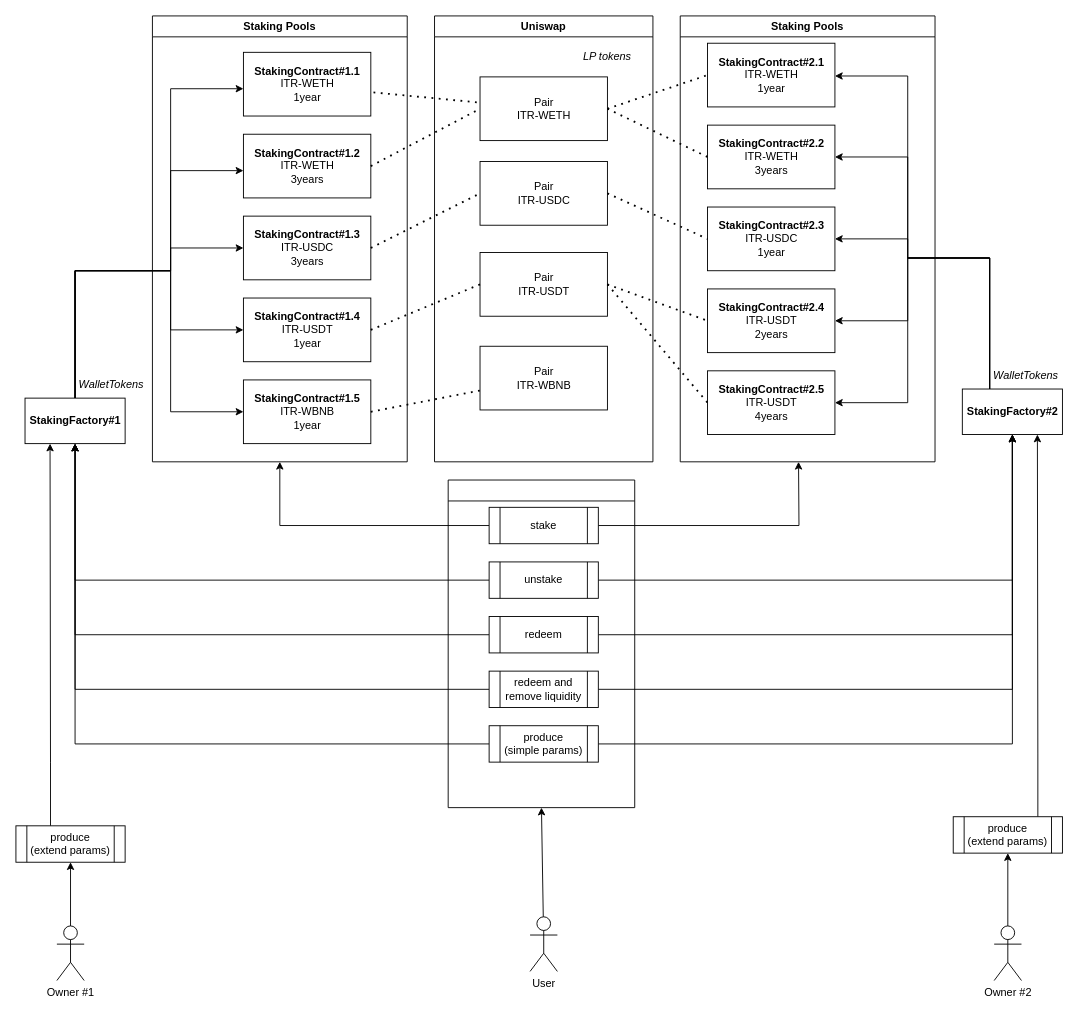
The draw.io diagram diagrams/diagram.hierarchy.drawio in Intercoin/CommunityCoinContract, before the edit. Source tidied: cells renumbered, new cells numbered last; positions are measured from the earlier drawing's top-left corner, leaving out a move shared by most shapes. Both pictures are drawn from the tidied source at 91%, with x=0, y=0 at pixel (15, 15).
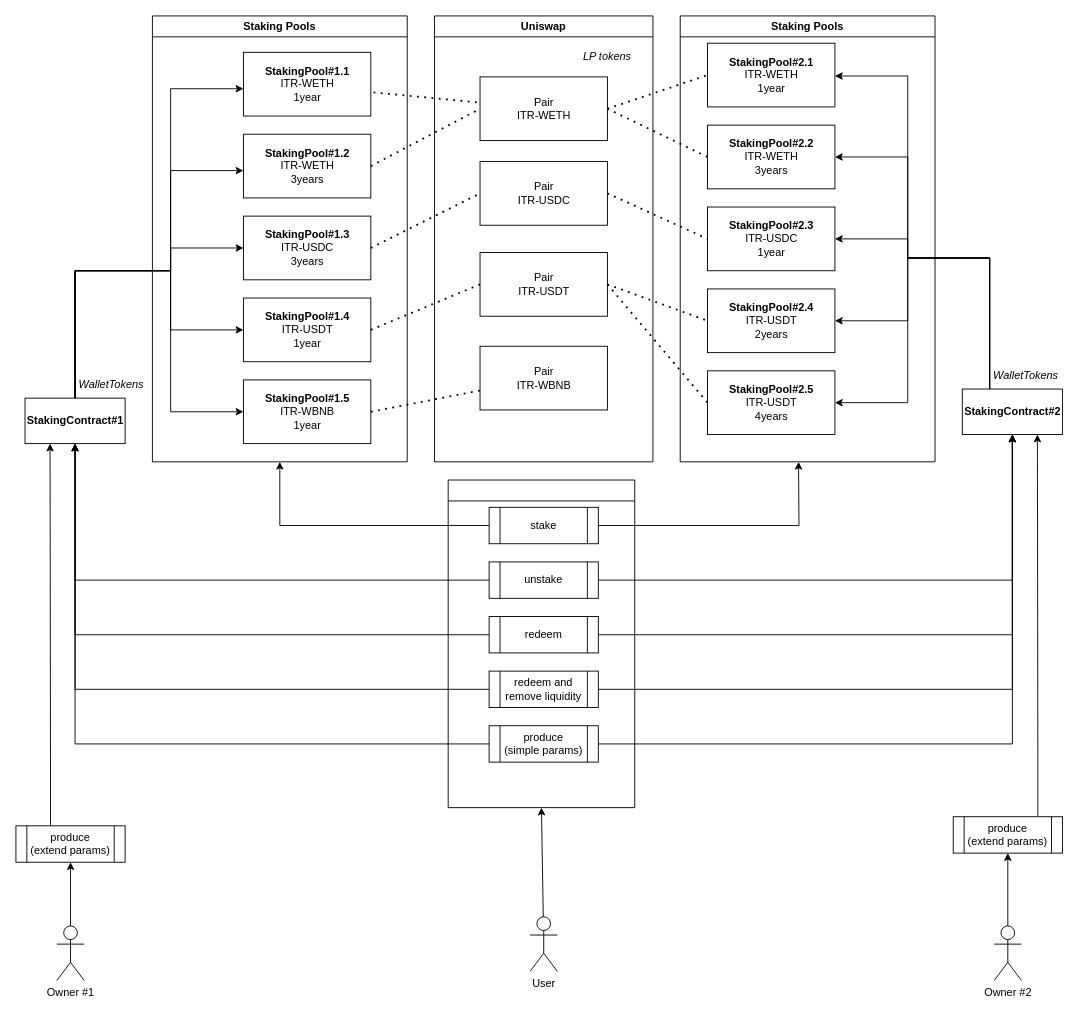
The same page after the edit.

Diff of the diagram source:
```diff
@@
-    <mxCell id="7" value="&lt;b&gt;StakingFactory#1&lt;/b&gt;" style="html=1;" parent="1" vertex="1">
+    <mxCell id="7" value="&lt;b&gt;StakingContract#1&lt;/b&gt;" style="html=1;" parent="1" vertex="1">
       <mxGeometry x="10" y="420" width="110" height="50" as="geometry" />
     </mxCell>
-    <mxCell id="8" value="&lt;b&gt;StakingContract#1.5&lt;/b&gt;&lt;br&gt;ITR-WBNB&lt;br&gt;1year" style="html=1;" parent="1" vertex="1">
+    <mxCell id="8" value="&lt;b&gt;StakingPool#1.5&lt;/b&gt;&lt;br&gt;ITR-WBNB&lt;br&gt;1year" style="html=1;" parent="1" vertex="1">
       <mxGeometry x="250" y="400" width="140" height="70" as="geometry" />
     </mxCell>
-    <mxCell id="9" value="&lt;b&gt;StakingContract#1.4&lt;/b&gt;&lt;br&gt;ITR-USDT&lt;br&gt;1year" style="html=1;" parent="1" vertex="1">
+    <mxCell id="9" value="&lt;b&gt;StakingPool#1.4&lt;/b&gt;&lt;br&gt;ITR-USDT&lt;br&gt;1year" style="html=1;" parent="1" vertex="1">
       <mxGeometry x="250" y="310" width="140" height="70" as="geometry" />
     </mxCell>
-    <mxCell id="10" value="&lt;b&gt;StakingContract#1.3&lt;/b&gt;&lt;br&gt;ITR-USDC&lt;br&gt;3years" style="html=1;" parent="1" vertex="1">
+    <mxCell id="10" value="&lt;b&gt;StakingPool#1.3&lt;/b&gt;&lt;br&gt;ITR-USDC&lt;br&gt;3years" style="html=1;" parent="1" vertex="1">
       <mxGeometry x="250" y="220" width="140" height="70" as="geometry" />
     </mxCell>
-    <mxCell id="11" value="&lt;b&gt;StakingContract#1.2&lt;/b&gt;&lt;br&gt;ITR-WETH&lt;br&gt;3years" style="html=1;" parent="1" vertex="1">
+    <mxCell id="11" value="&lt;b&gt;StakingPool#1.2&lt;/b&gt;&lt;br&gt;ITR-WETH&lt;br&gt;3years" style="html=1;" parent="1" vertex="1">
       <mxGeometry x="250" y="130" width="140" height="70" as="geometry" />
     </mxCell>
-    <mxCell id="12" value="&lt;b&gt;StakingContract#1.1&lt;/b&gt;&lt;br&gt;ITR-WETH&lt;br&gt;1year" style="html=1;" parent="1" vertex="1">
+    <mxCell id="12" value="&lt;b&gt;StakingPool#1.1&lt;/b&gt;&lt;br&gt;ITR-WETH&lt;br&gt;1year" style="html=1;" parent="1" vertex="1">
       <mxGeometry x="250" y="40" width="140" height="70" as="geometry" />
     </mxCell>
@@
-    <mxCell id="18" value="&lt;b&gt;StakingFactory#2&lt;/b&gt;" style="html=1;" parent="1" vertex="1">
+    <mxCell id="18" value="&lt;b&gt;StakingContract#2&lt;/b&gt;" style="html=1;" parent="1" vertex="1">
       <mxGeometry x="1040" y="410" width="110" height="50" as="geometry" />
     </mxCell>
-    <mxCell id="19" value="&lt;b&gt;StakingContract#2.5&lt;/b&gt;&lt;br&gt;ITR-USDT&lt;br&gt;4years" style="html=1;" parent="1" vertex="1">
+    <mxCell id="19" value="&lt;b&gt;StakingPool#2.5&lt;/b&gt;&lt;br&gt;ITR-USDT&lt;br&gt;4years" style="html=1;" parent="1" vertex="1">
       <mxGeometry x="760" y="390" width="140" height="70" as="geometry" />
     </mxCell>
-    <mxCell id="20" value="&lt;b&gt;StakingContract#2.4&lt;/b&gt;&lt;br&gt;ITR-USDT&lt;br&gt;2years" style="html=1;" parent="1" vertex="1">
+    <mxCell id="20" value="&lt;b&gt;StakingPool#2.4&lt;/b&gt;&lt;br&gt;ITR-USDT&lt;br&gt;2years" style="html=1;" parent="1" vertex="1">
       <mxGeometry x="760" y="300" width="140" height="70" as="geometry" />
     </mxCell>
-    <mxCell id="21" value="&lt;b&gt;StakingContract#2.3&lt;/b&gt;&lt;br&gt;ITR-USDC&lt;br&gt;1year" style="html=1;" parent="1" vertex="1">
+    <mxCell id="21" value="&lt;b&gt;StakingPool#2.3&lt;/b&gt;&lt;br&gt;ITR-USDC&lt;br&gt;1year" style="html=1;" parent="1" vertex="1">
       <mxGeometry x="760" y="210" width="140" height="70" as="geometry" />
     </mxCell>
-    <mxCell id="22" value="&lt;b&gt;StakingContract#2.2&lt;/b&gt;&lt;br&gt;ITR-WETH&lt;br&gt;3years" style="html=1;" parent="1" vertex="1">
+    <mxCell id="22" value="&lt;b&gt;StakingPool#2.2&lt;/b&gt;&lt;br&gt;ITR-WETH&lt;br&gt;3years" style="html=1;" parent="1" vertex="1">
       <mxGeometry x="760" y="120" width="140" height="70" as="geometry" />
     </mxCell>
-    <mxCell id="23" value="&lt;b&gt;StakingContract#2.1&lt;/b&gt;&lt;br&gt;ITR-WETH&lt;br&gt;1year" style="html=1;" parent="1" vertex="1">
+    <mxCell id="23" value="&lt;b&gt;StakingPool#2.1&lt;/b&gt;&lt;br&gt;ITR-WETH&lt;br&gt;1year" style="html=1;" parent="1" vertex="1">
       <mxGeometry x="760" y="30" width="140" height="70" as="geometry" />
     </mxCell>
```
